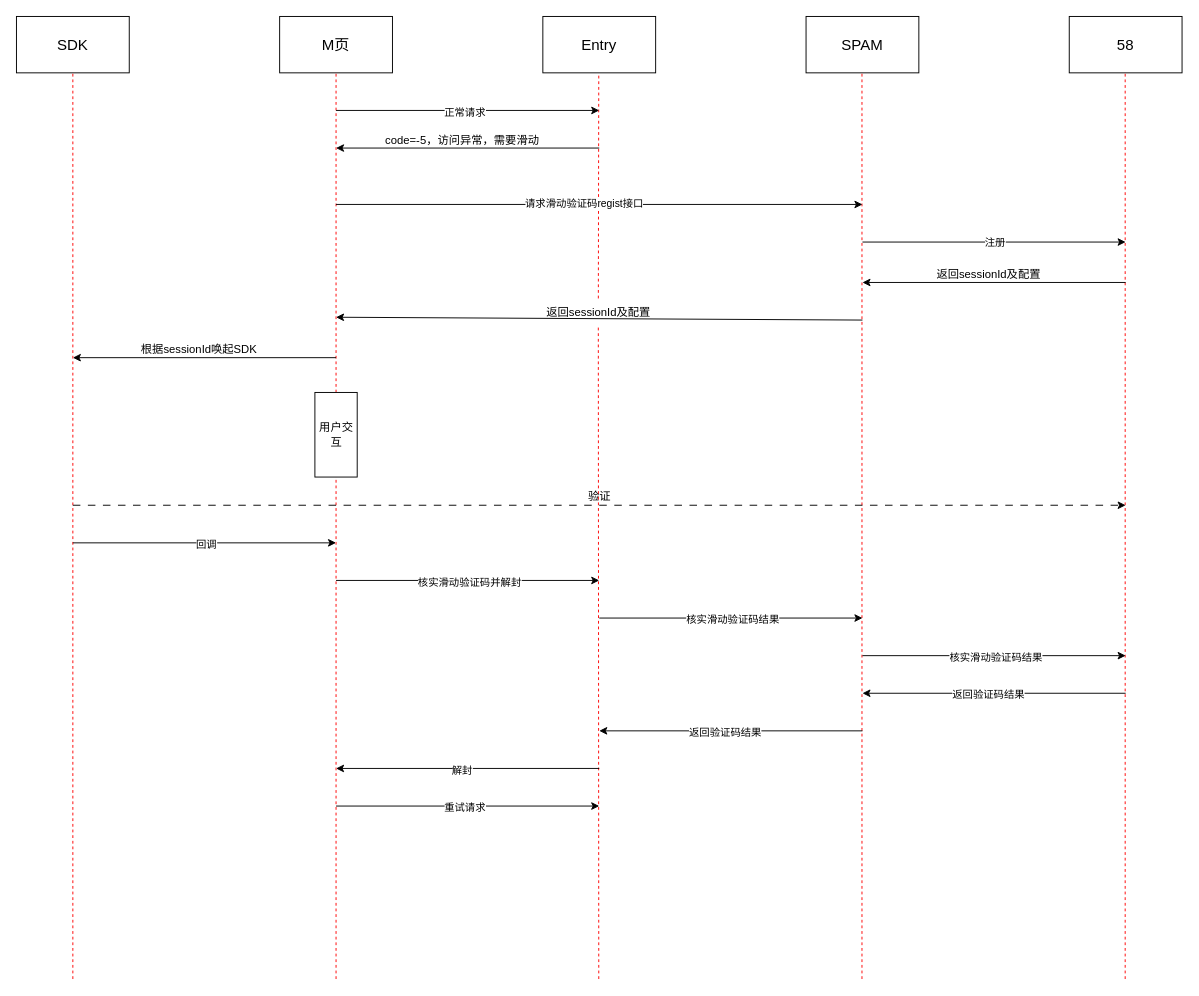
This is tech/entry/反爬滑动验证码.drawio from zhuanzhuan-tech/arch-draw-io, a draw.io file, before an edit. Source tidied: cells renumbered, new cells numbered last; positions are measured from the earlier drawing's top-left corner, leaving out a move shared by most shapes. Both pictures are drawn from the tidied source at 94%, with x=0, y=0 at pixel (16, 16).
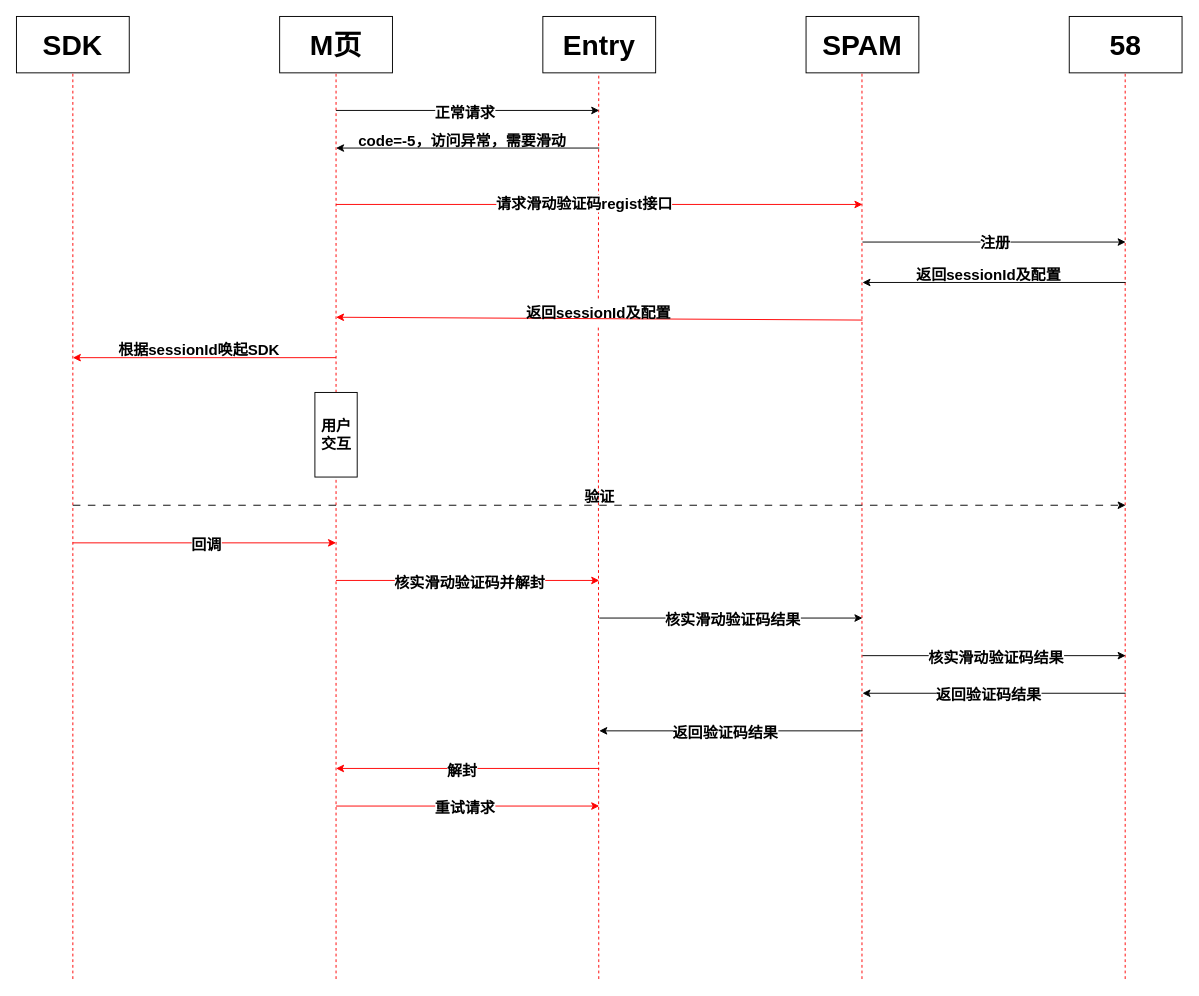
The same diagram, later.

Commit message:
更新反爬滑动验证码.drawio

Change to the diagram source:
```diff
@@
-    <mxCell id="2" value="&lt;font style=&quot;font-size: 16px;&quot;&gt;M页&lt;/font&gt;" style="rounded=0;whiteSpace=wrap;html=1;" parent="1" vertex="1">
+    <mxCell id="2" value="&lt;font style=&quot;font-size: 30px;&quot;&gt;M页&lt;/font&gt;" style="rounded=0;whiteSpace=wrap;html=1;fontSize=30;fontStyle=1;" parent="1" vertex="1">
       <mxGeometry x="280" width="120" height="60" as="geometry" />
     </mxCell>
-    <mxCell id="3" value="&lt;font style=&quot;font-size: 16px;&quot;&gt;Entry&lt;/font&gt;" style="rounded=0;whiteSpace=wrap;html=1;" parent="1" vertex="1">
+    <mxCell id="3" value="&lt;font style=&quot;font-size: 30px;&quot;&gt;Entry&lt;/font&gt;" style="rounded=0;whiteSpace=wrap;html=1;fontSize=30;fontStyle=1;" parent="1" vertex="1">
       <mxGeometry x="560" width="120" height="60" as="geometry" />
     </mxCell>
-    <mxCell id="4" value="&lt;span style=&quot;font-size: 16px;&quot;&gt;SPAM&lt;/span&gt;" style="rounded=0;whiteSpace=wrap;html=1;" parent="1" vertex="1">
+    <mxCell id="4" value="&lt;span style=&quot;font-size: 30px;&quot;&gt;SPAM&lt;/span&gt;" style="rounded=0;whiteSpace=wrap;html=1;fontSize=30;fontStyle=1;" parent="1" vertex="1">
       <mxGeometry x="840" width="120" height="60" as="geometry" />
     </mxCell>
-    <mxCell id="5" value="&lt;span style=&quot;font-size: 16px;&quot;&gt;58&lt;/span&gt;" style="rounded=0;whiteSpace=wrap;html=1;" parent="1" vertex="1">
+    <mxCell id="5" value="&lt;span style=&quot;font-size: 30px;&quot;&gt;58&lt;/span&gt;" style="rounded=0;whiteSpace=wrap;html=1;fontSize=30;fontStyle=1;" parent="1" vertex="1">
       <mxGeometry x="1120" width="120" height="60" as="geometry" />
     </mxCell>
@@
-    <mxCell id="10" style="endArrow=classic;html=1;rounded=0;" parent="1" edge="1">
+    <mxCell id="10" style="endArrow=classic;html=1;rounded=0;fontStyle=1;fontSize=16;" parent="1" edge="1">
       <mxGeometry relative="1" as="geometry">
         <mxPoint x="340" y="100" as="sourcePoint" />
         <mxPoint x="620" y="100" as="targetPoint" />
       </mxGeometry>
     </mxCell>
-    <mxCell id="11" value="正常请求" style="edgeLabel;html=1;align=center;verticalAlign=middle;" parent="10" vertex="1">
+    <mxCell id="11" value="正常请求" style="edgeLabel;html=1;align=center;verticalAlign=middle;fontStyle=1;fontSize=16;" parent="10" vertex="1">
       <mxGeometry x="-0.03" y="-1" relative="1" as="geometry" />
     </mxCell>
-    <mxCell id="12" style="endArrow=classic;html=1;rounded=0;" parent="1" edge="1">
+    <mxCell id="12" style="endArrow=classic;html=1;rounded=0;fontStyle=1;fontSize=16;" parent="1" edge="1">
       <mxGeometry relative="1" as="geometry">
         <mxPoint x="620" y="140" as="sourcePoint" />
         <mxPoint x="340" y="140" as="targetPoint" />
       </mxGeometry>
     </mxCell>
-    <mxCell id="13" value="code=-5，访问异常，需要滑动" style="text;html=1;align=center;verticalAlign=middle;strokeColor=none;fillColor=none;" parent="1" vertex="1">
-      <mxGeometry x="379" y="117" width="190" height="30" as="geometry" />
+    <mxCell id="13" value="code=-5，访问异常，需要滑动" style="text;html=1;align=center;verticalAlign=middle;strokeColor=none;fillColor=none;fontStyle=1;fontSize=16;" parent="1" vertex="1">
+      <mxGeometry x="354" y="117" width="240" height="30" as="geometry" />
     </mxCell>
-    <mxCell id="14" value="&lt;font style=&quot;font-size: 16px;&quot;&gt;SDK&lt;/font&gt;" style="rounded=0;whiteSpace=wrap;html=1;" parent="1" vertex="1">
+    <mxCell id="14" value="&lt;font style=&quot;font-size: 30px;&quot;&gt;SDK&lt;/font&gt;" style="rounded=0;whiteSpace=wrap;html=1;fontSize=30;fontStyle=1;" parent="1" vertex="1">
       <mxGeometry width="120" height="60" as="geometry" />
     </mxCell>
@@
-    <mxCell id="16" style="endArrow=classic;html=1;rounded=0;" parent="1" edge="1">
+    <mxCell id="16" style="endArrow=classic;html=1;rounded=0;strokeColor=#FF0000;fontStyle=1;fontSize=16;" parent="1" edge="1">
       <mxGeometry relative="1" as="geometry">
         <mxPoint x="340" y="200" as="sourcePoint" />
         <mxPoint x="900" y="200" as="targetPoint" />
       </mxGeometry>
     </mxCell>
-    <mxCell id="17" value="请求滑动验证码regist接口" style="edgeLabel;html=1;align=center;verticalAlign=middle;" parent="16" vertex="1">
+    <mxCell id="17" value="请求滑动验证码regist接口" style="edgeLabel;html=1;align=center;verticalAlign=middle;fontStyle=1;fontSize=16;" parent="16" vertex="1">
       <mxGeometry x="-0.06" y="2" relative="1" as="geometry" />
     </mxCell>
-    <mxCell id="18" style="endArrow=classic;html=1;rounded=0;" parent="1" edge="1">
+    <mxCell id="18" style="endArrow=classic;html=1;rounded=0;fontStyle=1;fontSize=16;" parent="1" edge="1">
       <mxGeometry relative="1" as="geometry">
         <mxPoint x="900" y="240" as="sourcePoint" />
         <mxPoint x="1180" y="240" as="targetPoint" />
       </mxGeometry>
     </mxCell>
-    <mxCell id="19" value="注册" style="edgeLabel;html=1;align=center;verticalAlign=middle;" parent="18" vertex="1">
+    <mxCell id="19" value="注册" style="edgeLabel;html=1;align=center;verticalAlign=middle;fontStyle=1;fontSize=16;" parent="18" vertex="1">
       <mxGeometry x="-0.07" relative="1" as="geometry">
         <mxPoint x="10" as="offset" />
       </mxGeometry>
     </mxCell>
-    <mxCell id="20" style="endArrow=classic;html=1;rounded=0;" parent="1" edge="1">
+    <mxCell id="20" style="endArrow=classic;html=1;rounded=0;fontStyle=1;fontSize=16;" parent="1" edge="1">
       <mxGeometry relative="1" as="geometry">
         <mxPoint x="1180" y="283" as="sourcePoint" />
         <mxPoint x="900" y="283" as="targetPoint" />
       </mxGeometry>
     </mxCell>
-    <mxCell id="21" value="返回sessionId及配置" style="text;html=1;align=center;verticalAlign=middle;strokeColor=none;fillColor=none;" parent="1" vertex="1">
-      <mxGeometry x="969" y="260" width="130" height="30" as="geometry" />
+    <mxCell id="21" value="返回sessionId及配置" style="text;html=1;align=center;verticalAlign=middle;strokeColor=none;fillColor=none;fontStyle=1;fontSize=16;" parent="1" vertex="1">
+      <mxGeometry x="944" y="260" width="180" height="30" as="geometry" />
     </mxCell>
-    <mxCell id="22" style="endArrow=classic;html=1;rounded=0;" parent="1" edge="1">
+    <mxCell id="22" style="endArrow=classic;html=1;rounded=0;strokeColor=#FF0000;fontStyle=1;fontSize=16;" parent="1" edge="1">
       <mxGeometry relative="1" as="geometry">
         <mxPoint x="900" y="323" as="sourcePoint" />
         <mxPoint x="340" y="320" as="targetPoint" />
       </mxGeometry>
     </mxCell>
@@
-    <mxCell id="24" value="返回sessionId及配置" style="text;html=1;align=center;verticalAlign=middle;points=[];strokeColor=none;fillColor=none;" parent="1" vertex="1">
-      <mxGeometry x="554" y="300" width="130" height="30" as="geometry" />
+    <mxCell id="24" value="返回sessionId及配置" style="text;html=1;align=center;verticalAlign=middle;points=[];strokeColor=none;fillColor=none;fontStyle=1;fontSize=16;" parent="1" vertex="1">
+      <mxGeometry x="529" y="300" width="180" height="30" as="geometry" />
     </mxCell>
-    <mxCell id="25" style="endArrow=classic;html=1;rounded=0;" parent="1" edge="1">
+    <mxCell id="25" style="endArrow=classic;html=1;rounded=0;strokeColor=#FF0000;fontStyle=1;fontSize=16;" parent="1" edge="1">
       <mxGeometry relative="1" as="geometry">
         <mxPoint x="340" y="363" as="sourcePoint" />
         <mxPoint x="60" y="363" as="targetPoint" />
       </mxGeometry>
     </mxCell>
-    <mxCell id="26" value="根据sessionId唤起SDK" style="text;html=1;align=center;verticalAlign=middle;strokeColor=none;fillColor=none;" parent="1" vertex="1">
-      <mxGeometry x="119" y="340" width="150" height="30" as="geometry" />
+    <mxCell id="26" value="根据sessionId唤起SDK" style="text;html=1;align=center;verticalAlign=middle;strokeColor=none;fillColor=none;fontStyle=1;fontSize=16;" parent="1" vertex="1">
+      <mxGeometry x="94" y="340" width="200" height="30" as="geometry" />
     </mxCell>
-    <mxCell id="27" value="&lt;font style=&quot;font-size: 12px;&quot;&gt;用户交互&lt;/font&gt;" style="rounded=0;whiteSpace=wrap;html=1;flipH=0;flipV=1;" parent="1" vertex="1">
+    <mxCell id="27" value="&lt;font style=&quot;font-size: 16px;&quot;&gt;用户交互&lt;/font&gt;" style="rounded=0;whiteSpace=wrap;html=1;flipH=0;flipV=1;fontStyle=1;fontSize=16;" parent="1" vertex="1">
       <mxGeometry x="317.5" y="400" width="45" height="90" as="geometry" />
     </mxCell>
-    <mxCell id="28" style="endArrow=classic;html=1;rounded=0;dashed=1;dashPattern=8 8;" parent="1" edge="1">
+    <mxCell id="28" style="endArrow=classic;html=1;rounded=0;dashed=1;dashPattern=8 8;fontStyle=1;fontSize=16;" parent="1" edge="1">
       <mxGeometry relative="1" as="geometry">
         <mxPoint x="60" y="520" as="sourcePoint" />
         <mxPoint x="1180" y="520" as="targetPoint" />
       </mxGeometry>
     </mxCell>
-    <mxCell id="29" value="验证" style="text;html=1;align=center;verticalAlign=middle;strokeColor=none;fillColor=none;" parent="1" vertex="1">
-      <mxGeometry x="595" y="496" width="50" height="30" as="geometry" />
+    <mxCell id="29" value="验证" style="text;html=1;align=center;verticalAlign=middle;strokeColor=none;fillColor=none;fontStyle=1;fontSize=16;" parent="1" vertex="1">
+      <mxGeometry x="590" y="496" width="60" height="30" as="geometry" />
     </mxCell>
-    <mxCell id="30" style="endArrow=classic;html=1;rounded=0;" parent="1" edge="1">
+    <mxCell id="30" style="endArrow=classic;html=1;rounded=0;strokeColor=#FF0000;fontStyle=1;fontSize=16;" parent="1" edge="1">
       <mxGeometry relative="1" as="geometry">
         <mxPoint x="340" y="600" as="sourcePoint" />
         <mxPoint x="620" y="600" as="targetPoint" />
       </mxGeometry>
     </mxCell>
-    <mxCell id="31" value="核实滑动验证码并解封" style="edgeLabel;html=1;align=center;verticalAlign=middle;" parent="30" vertex="1">
+    <mxCell id="31" value="核实滑动验证码并解封" style="edgeLabel;html=1;align=center;verticalAlign=middle;fontStyle=1;fontSize=16;" parent="30" vertex="1">
       <mxGeometry x="-0.21" y="-1" relative="1" as="geometry">
         <mxPoint x="30" as="offset" />
       </mxGeometry>
     </mxCell>
-    <mxCell id="32" style="endArrow=classic;html=1;rounded=0;" parent="1" edge="1">
+    <mxCell id="32" style="endArrow=classic;html=1;rounded=0;fontStyle=1;fontSize=16;" parent="1" edge="1">
       <mxGeometry relative="1" as="geometry">
         <mxPoint x="620" y="640" as="sourcePoint" />
         <mxPoint x="900" y="640" as="targetPoint" />
       </mxGeometry>
     </mxCell>
-    <mxCell id="33" value="核实滑动验证码结果" style="edgeLabel;html=1;align=center;verticalAlign=middle;" parent="32" vertex="1">
+    <mxCell id="33" value="核实滑动验证码结果" style="edgeLabel;html=1;align=center;verticalAlign=middle;fontStyle=1;fontSize=16;" parent="32" vertex="1">
       <mxGeometry x="-0.21" y="-1" relative="1" as="geometry">
         <mxPoint x="30" as="offset" />
       </mxGeometry>
     </mxCell>
-    <mxCell id="34" style="endArrow=classic;html=1;rounded=0;" parent="1" edge="1">
+    <mxCell id="34" style="endArrow=classic;html=1;rounded=0;fontStyle=1;fontSize=16;" parent="1" edge="1">
       <mxGeometry relative="1" as="geometry">
         <mxPoint x="900" y="680" as="sourcePoint" />
         <mxPoint x="1180" y="680" as="targetPoint" />
       </mxGeometry>
     </mxCell>
-    <mxCell id="35" value="核实滑动验证码结果" style="edgeLabel;html=1;align=center;verticalAlign=middle;" parent="34" vertex="1">
+    <mxCell id="35" value="核实滑动验证码结果" style="edgeLabel;html=1;align=center;verticalAlign=middle;fontStyle=1;fontSize=16;" parent="34" vertex="1">
       <mxGeometry x="-0.21" y="-1" relative="1" as="geometry">
         <mxPoint x="30" as="offset" />
       </mxGeometry>
     </mxCell>
-    <mxCell id="36" style="endArrow=classic;html=1;rounded=0;" parent="1" edge="1">
+    <mxCell id="36" style="endArrow=classic;html=1;rounded=0;fontStyle=1;fontSize=16;" parent="1" edge="1">
       <mxGeometry relative="1" as="geometry">
         <mxPoint x="1180" y="720" as="sourcePoint" />
         <mxPoint x="900" y="720" as="targetPoint" />
       </mxGeometry>
     </mxCell>
-    <mxCell id="37" value="返回验证码结果" style="edgeLabel;html=1;align=center;verticalAlign=middle;" parent="36" vertex="1">
+    <mxCell id="37" value="返回验证码结果" style="edgeLabel;html=1;align=center;verticalAlign=middle;fontStyle=1;fontSize=16;" parent="36" vertex="1">
       <mxGeometry x="0.05" y="1" relative="1" as="geometry" />
     </mxCell>
-    <mxCell id="38" style="endArrow=classic;html=1;rounded=0;" parent="1" edge="1">
+    <mxCell id="38" style="endArrow=classic;html=1;rounded=0;fontStyle=1;fontSize=16;" parent="1" edge="1">
       <mxGeometry relative="1" as="geometry">
         <mxPoint x="900" y="760" as="sourcePoint" />
         <mxPoint x="620" y="760" as="targetPoint" />
       </mxGeometry>
     </mxCell>
-    <mxCell id="39" value="返回验证码结果" style="edgeLabel;html=1;align=center;verticalAlign=middle;" parent="38" vertex="1">
+    <mxCell id="39" value="返回验证码结果" style="edgeLabel;html=1;align=center;verticalAlign=middle;fontStyle=1;fontSize=16;" parent="38" vertex="1">
       <mxGeometry x="0.05" y="1" relative="1" as="geometry" />
     </mxCell>
-    <mxCell id="40" style="endArrow=classic;html=1;rounded=0;" parent="1" edge="1">
+    <mxCell id="40" style="endArrow=classic;html=1;rounded=0;strokeColor=#FF0000;fontStyle=1;fontSize=16;" parent="1" edge="1">
       <mxGeometry relative="1" as="geometry">
         <mxPoint x="620" y="800" as="sourcePoint" />
         <mxPoint x="340" y="800" as="targetPoint" />
       </mxGeometry>
     </mxCell>
-    <mxCell id="41" value="解封" style="edgeLabel;html=1;align=center;verticalAlign=middle;" parent="40" vertex="1">
+    <mxCell id="41" value="解封" style="edgeLabel;html=1;align=center;verticalAlign=middle;fontStyle=1;fontSize=16;" parent="40" vertex="1">
       <mxGeometry x="0.05" y="1" relative="1" as="geometry" />
     </mxCell>
-    <mxCell id="42" style="endArrow=classic;html=1;rounded=0;" parent="1" edge="1">
+    <mxCell id="42" style="endArrow=classic;html=1;rounded=0;strokeColor=#FF0000;fontStyle=1;fontSize=16;" parent="1" edge="1">
       <mxGeometry relative="1" as="geometry">
         <mxPoint x="340" y="840" as="sourcePoint" />
         <mxPoint x="620" y="840" as="targetPoint" />
       </mxGeometry>
     </mxCell>
-    <mxCell id="43" value="重试请求" style="edgeLabel;html=1;align=center;verticalAlign=middle;" parent="42" vertex="1">
+    <mxCell id="43" value="重试请求" style="edgeLabel;html=1;align=center;verticalAlign=middle;fontStyle=1;fontSize=16;" parent="42" vertex="1">
       <mxGeometry x="-0.03" y="-1" relative="1" as="geometry" />
     </mxCell>
-    <mxCell id="44" style="endArrow=classic;html=1;rounded=0;" parent="1" edge="1">
+    <mxCell id="44" style="endArrow=classic;html=1;rounded=0;strokeColor=#FF0000;fontStyle=1;fontSize=16;" parent="1" edge="1">
       <mxGeometry relative="1" as="geometry">
         <mxPoint x="60" y="560" as="sourcePoint" />
         <mxPoint x="340" y="560" as="targetPoint" />
       </mxGeometry>
     </mxCell>
-    <mxCell id="45" value="回调" style="edgeLabel;html=1;align=center;verticalAlign=middle;" parent="44" vertex="1">
+    <mxCell id="45" value="回调" style="edgeLabel;html=1;align=center;verticalAlign=middle;fontStyle=1;fontSize=16;" parent="44" vertex="1">
       <mxGeometry x="-0.21" y="-1" relative="1" as="geometry">
         <mxPoint x="30" as="offset" />
       </mxGeometry>
     </mxCell>
```
